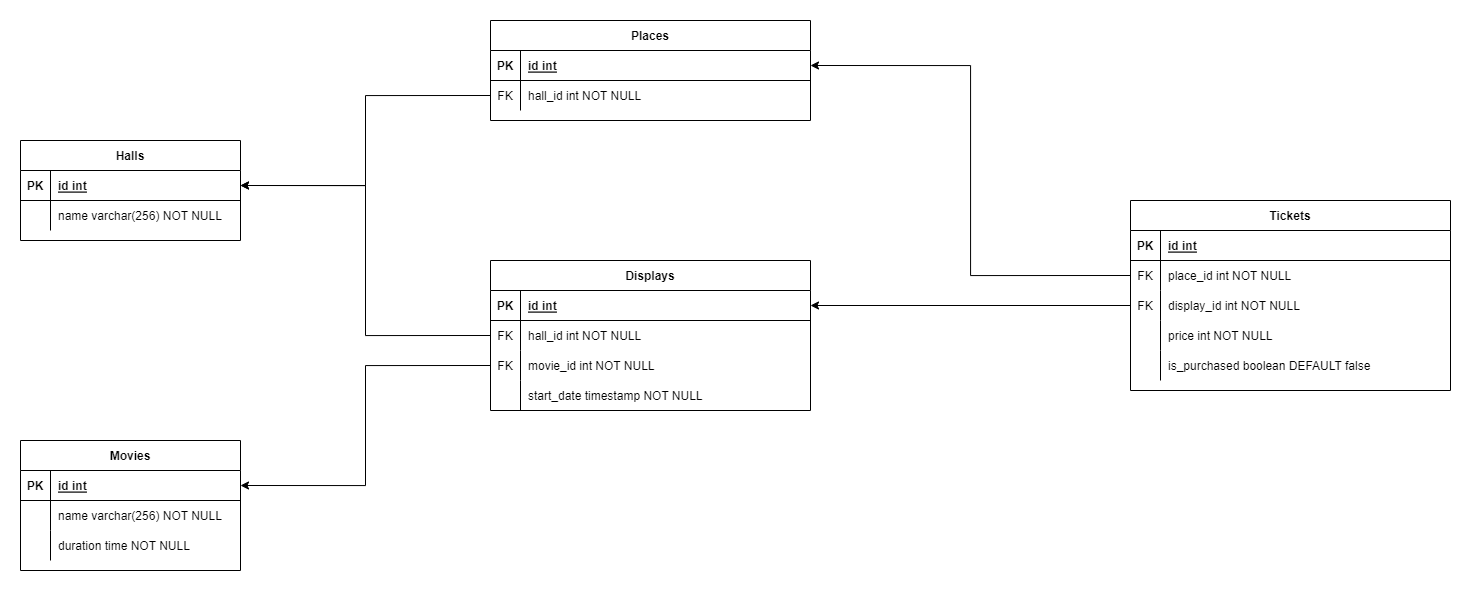
Above: uml.png in otusteamedu/PHP_2022 (draw.io), before the change. Source tidied: cells renumbered, new cells last; positions are measured from the earlier drawing's top-left corner, leaving out a move shared by most shapes.
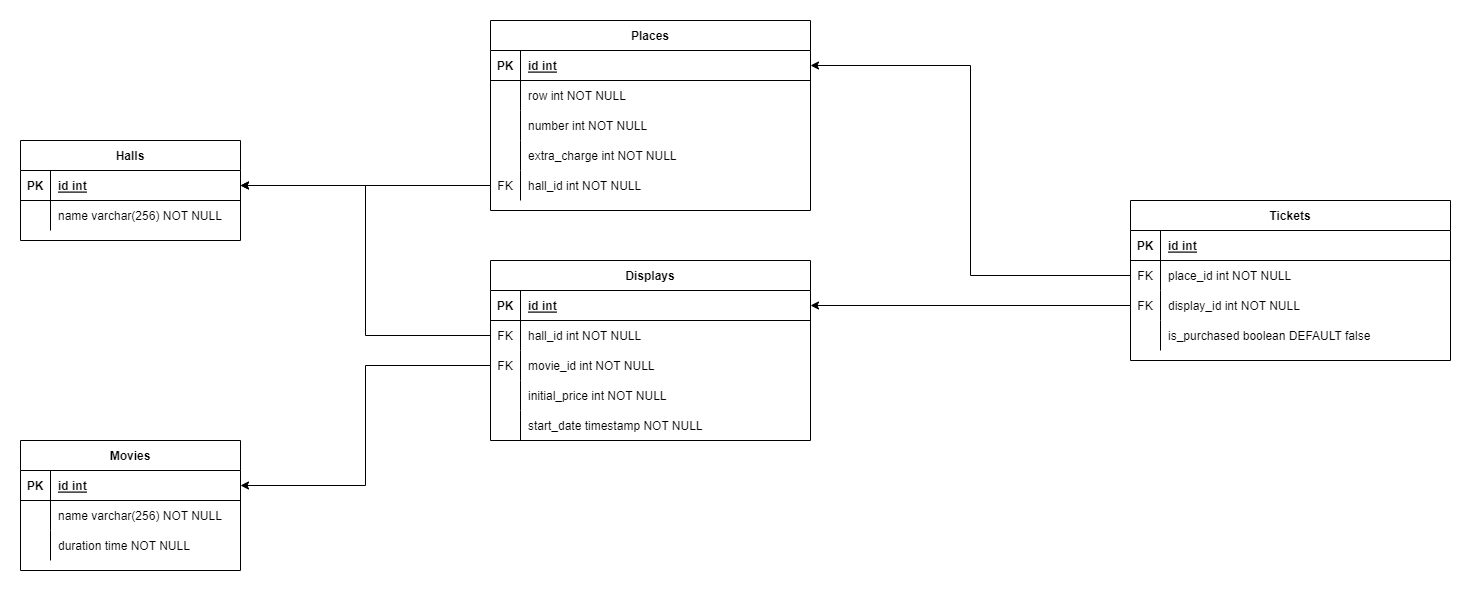
The same file after the commit.

Commit message:
1. Решил проблему с ценой. Добавил начальную стоимость в таблицу с показами (Displays) и наценку на место в таблицу мест (Places). 2. Добавил номер места и номер ряда в таблицу с местами (Places).

The edit, as a diff of the source:
```diff
@@ -54,7 +54,7 @@
       <mxGeometry x="30" width="190" height="30" as="geometry" />
     </mxCell>
     <mxCell id="19" value="Displays" style="shape=table;startSize=30;rowLines=0;fontStyle=1;align=center;" parent="1" vertex="1">
-      <mxGeometry x="470" y="240" width="320" height="150" as="geometry" />
+      <mxGeometry x="470" y="240" width="320" height="180" as="geometry" />
     </mxCell>
     <mxCell id="20" style="shape=tableRow;horizontal=0;startSize=0;swimlaneHead=0;swimlaneBody=0;fillColor=none;points=[[0,0.5],[1,0.5]];portConstraint=eastwest;top=0;left=0;right=0;bottom=1;" parent="19" vertex="1">
       <mxGeometry y="30" width="320" height="30" as="geometry" />
@@ -89,11 +89,20 @@
     <mxCell id="30" style="shape=partialRectangle;overflow=hidden;fillColor=none;top=0;left=0;bottom=0;right=0;" parent="29" vertex="1">
       <mxGeometry width="30" height="30" as="geometry" />
     </mxCell>
-    <mxCell id="31" value="start_date timestamp NOT NULL" style="shape=partialRectangle;overflow=hidden;fillColor=none;align=left;top=0;left=0;bottom=0;right=0;spacingLeft=6;" parent="29" vertex="1">
+    <mxCell id="31" value="initial_price int NOT NULL" style="shape=partialRectangle;overflow=hidden;fillColor=none;align=left;top=0;left=0;bottom=0;right=0;spacingLeft=6;" parent="29" vertex="1">
       <mxGeometry x="30" width="290" height="30" as="geometry" />
     </mxCell>
+    <mxCell id="60" style="shape=tableRow;horizontal=0;startSize=0;swimlaneHead=0;swimlaneBody=0;fillColor=none;top=0;left=0;right=0;bottom=0;" parent="19" vertex="1">
+      <mxGeometry y="150" width="320" height="30" as="geometry" />
+    </mxCell>
+    <mxCell id="61" style="shape=partialRectangle;overflow=hidden;fillColor=none;top=0;left=0;bottom=0;right=0;" parent="60" vertex="1">
+      <mxGeometry width="30" height="30" as="geometry" />
+    </mxCell>
+    <mxCell id="62" value="start_date timestamp NOT NULL" style="shape=partialRectangle;overflow=hidden;fillColor=none;align=left;top=0;left=0;bottom=0;right=0;spacingLeft=6;" parent="60" vertex="1">
+      <mxGeometry x="30" width="290" height="30" as="geometry" />
+    </mxCell>
     <mxCell id="32" value="Places" style="shape=table;startSize=30;rowLines=0;fontStyle=1;align=center;" parent="1" vertex="1">
-      <mxGeometry x="470" width="320" height="100" as="geometry" />
+      <mxGeometry x="470" width="320" height="190" as="geometry" />
     </mxCell>
     <mxCell id="33" style="shape=tableRow;horizontal=0;startSize=0;swimlaneHead=0;swimlaneBody=0;fillColor=none;points=[[0,0.5],[1,0.5]];portConstraint=eastwest;top=0;left=0;right=0;bottom=1;" parent="32" vertex="1">
       <mxGeometry y="30" width="320" height="30" as="geometry" />
@@ -107,14 +116,41 @@
     <mxCell id="36" style="shape=tableRow;horizontal=0;startSize=0;swimlaneHead=0;swimlaneBody=0;fillColor=none;points=[[0,0.5],[1,0.5]];portConstraint=eastwest;top=0;left=0;right=0;bottom=0;" parent="32" vertex="1">
       <mxGeometry y="60" width="320" height="30" as="geometry" />
     </mxCell>
-    <mxCell id="37" value="FK" style="shape=partialRectangle;overflow=hidden;fillColor=none;top=0;left=0;bottom=0;right=0;" parent="36" vertex="1">
+    <mxCell id="37" style="shape=partialRectangle;overflow=hidden;fillColor=none;top=0;left=0;bottom=0;right=0;" parent="36" vertex="1">
       <mxGeometry width="30" height="30" as="geometry" />
     </mxCell>
-    <mxCell id="38" value="hall_id int NOT NULL" style="shape=partialRectangle;overflow=hidden;fillColor=none;align=left;top=0;left=0;bottom=0;right=0;spacingLeft=6;" parent="36" vertex="1">
+    <mxCell id="38" value="row int NOT NULL" style="shape=partialRectangle;overflow=hidden;fillColor=none;align=left;top=0;left=0;bottom=0;right=0;spacingLeft=6;" parent="36" vertex="1">
       <mxGeometry x="30" width="290" height="30" as="geometry" />
     </mxCell>
+    <mxCell id="63" style="shape=tableRow;horizontal=0;startSize=0;swimlaneHead=0;swimlaneBody=0;fillColor=none;top=0;left=0;right=0;bottom=0;" parent="32" vertex="1">
+      <mxGeometry y="90" width="320" height="30" as="geometry" />
+    </mxCell>
+    <mxCell id="64" style="shape=partialRectangle;overflow=hidden;fillColor=none;top=0;left=0;bottom=0;right=0;" parent="63" vertex="1">
+      <mxGeometry width="30" height="30" as="geometry" />
+    </mxCell>
+    <mxCell id="65" value="number int NOT NULL" style="shape=partialRectangle;overflow=hidden;fillColor=none;align=left;top=0;left=0;bottom=0;right=0;spacingLeft=6;" parent="63" vertex="1">
+      <mxGeometry x="30" width="290" height="30" as="geometry" />
+    </mxCell>
+    <mxCell id="49" style="shape=tableRow;horizontal=0;startSize=0;swimlaneHead=0;swimlaneBody=0;fillColor=none;top=0;left=0;right=0;bottom=0;" parent="32" vertex="1">
+      <mxGeometry y="120" width="320" height="30" as="geometry" />
+    </mxCell>
+    <mxCell id="66" style="shape=partialRectangle;overflow=hidden;fillColor=none;top=0;left=0;bottom=0;right=0;" parent="49" vertex="1">
+      <mxGeometry width="30" height="30" as="geometry" />
+    </mxCell>
+    <mxCell id="67" value="extra_charge int NOT NULL" style="shape=partialRectangle;overflow=hidden;fillColor=none;align=left;top=0;left=0;bottom=0;right=0;spacingLeft=6;" parent="49" vertex="1">
+      <mxGeometry x="30" width="290" height="30" as="geometry" />
+    </mxCell>
+    <mxCell id="68" style="shape=tableRow;horizontal=0;startSize=0;swimlaneHead=0;swimlaneBody=0;fillColor=none;top=0;left=0;right=0;bottom=0;" parent="32" vertex="1">
+      <mxGeometry y="150" width="320" height="30" as="geometry" />
+    </mxCell>
+    <mxCell id="69" value="FK" style="shape=partialRectangle;overflow=hidden;fillColor=none;top=0;left=0;bottom=0;right=0;" parent="68" vertex="1">
+      <mxGeometry width="30" height="30" as="geometry" />
+    </mxCell>
+    <mxCell id="70" value="hall_id int NOT NULL" style="shape=partialRectangle;overflow=hidden;fillColor=none;align=left;top=0;left=0;bottom=0;right=0;spacingLeft=6;" parent="68" vertex="1">
+      <mxGeometry x="30" width="290" height="30" as="geometry" />
+    </mxCell>
     <mxCell id="39" value="Tickets" style="shape=table;startSize=30;rowLines=0;fontStyle=1;align=center;" parent="1" vertex="1">
-      <mxGeometry x="1110" y="180" width="320" height="190" as="geometry" />
+      <mxGeometry x="1110" y="180" width="320" height="160" as="geometry" />
     </mxCell>
     <mxCell id="40" style="shape=tableRow;horizontal=0;startSize=0;swimlaneHead=0;swimlaneBody=0;fillColor=none;top=0;left=0;right=0;bottom=1;" parent="39" vertex="1">
       <mxGeometry y="30" width="320" height="30" as="geometry" />
@@ -143,17 +179,8 @@
     <mxCell id="48" value="display_id int NOT NULL" style="shape=partialRectangle;overflow=hidden;fillColor=none;align=left;top=0;left=0;bottom=0;right=0;spacingLeft=6;" parent="46" vertex="1">
       <mxGeometry x="30" width="290" height="30" as="geometry" />
     </mxCell>
-    <mxCell id="49" style="shape=tableRow;horizontal=0;startSize=0;swimlaneHead=0;swimlaneBody=0;fillColor=none;top=0;left=0;right=0;bottom=0;" parent="39" vertex="1">
-      <mxGeometry y="120" width="320" height="30" as="geometry" />
-    </mxCell>
-    <mxCell id="50" style="shape=partialRectangle;overflow=hidden;fillColor=none;top=0;left=0;bottom=0;right=0;" parent="49" vertex="1">
-      <mxGeometry width="30" height="30" as="geometry" />
-    </mxCell>
-    <mxCell id="51" value="price int NOT NULL" style="shape=partialRectangle;overflow=hidden;fillColor=none;align=left;top=0;left=0;bottom=0;right=0;spacingLeft=6;" parent="49" vertex="1">
-      <mxGeometry x="30" width="290" height="30" as="geometry" />
-    </mxCell>
     <mxCell id="52" style="shape=tableRow;horizontal=0;startSize=0;swimlaneHead=0;swimlaneBody=0;fillColor=none;top=0;left=0;right=0;bottom=0;" parent="39" vertex="1">
-      <mxGeometry y="150" width="320" height="30" as="geometry" />
+      <mxGeometry y="120" width="320" height="30" as="geometry" />
     </mxCell>
     <mxCell id="53" style="shape=partialRectangle;overflow=hidden;fillColor=none;top=0;left=0;bottom=0;right=0;" parent="52" vertex="1">
       <mxGeometry width="30" height="30" as="geometry" />
@@ -174,7 +201,11 @@
       <mxGeometry relative="1" as="geometry" />
     </mxCell>
     <mxCell id="59" style="edgeStyle=orthogonalEdgeStyle;rounded=0;jettySize=auto;html=1;exitX=0;exitY=0.5;exitDx=0;exitDy=0;entryX=1;entryY=0.5;entryDx=0;entryDy=0;" parent="1" edge="1" source="36" target="3">
-      <mxGeometry relative="1" as="geometry" />
+      <mxGeometry relative="1" as="geometry">
+        <Array as="points">
+          <mxPoint x="470" y="165" />
+        </Array>
+      </mxGeometry>
     </mxCell>
   </root>
 </mxGraphModel>
```
